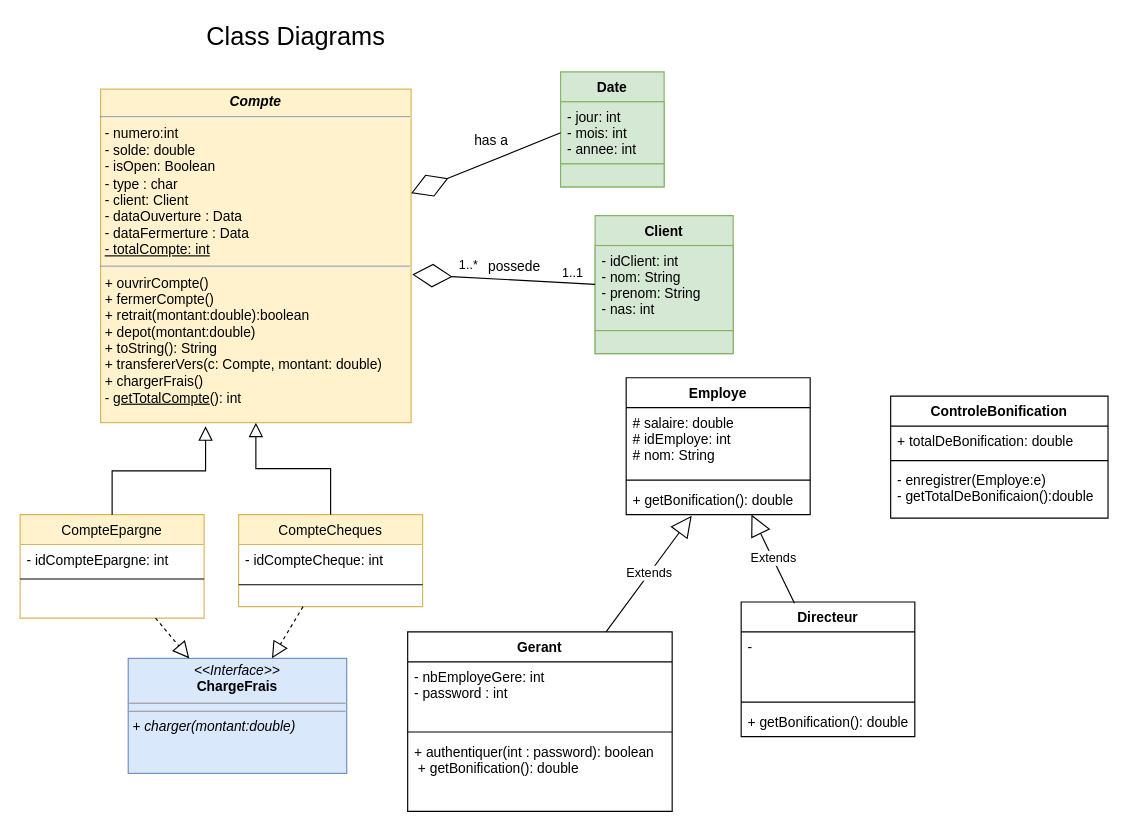
The draw.io diagram DEPOT/UML_Banque_Java.drawio in LuisCODS/Banque_Java, before the edit. Source tidied: cells renumbered, new cells numbered last; positions are measured from the earlier drawing's top-left corner, leaving out a move shared by most shapes. Both pictures are drawn from the tidied source at 115%, with x=0, y=0 at pixel (20, 20).
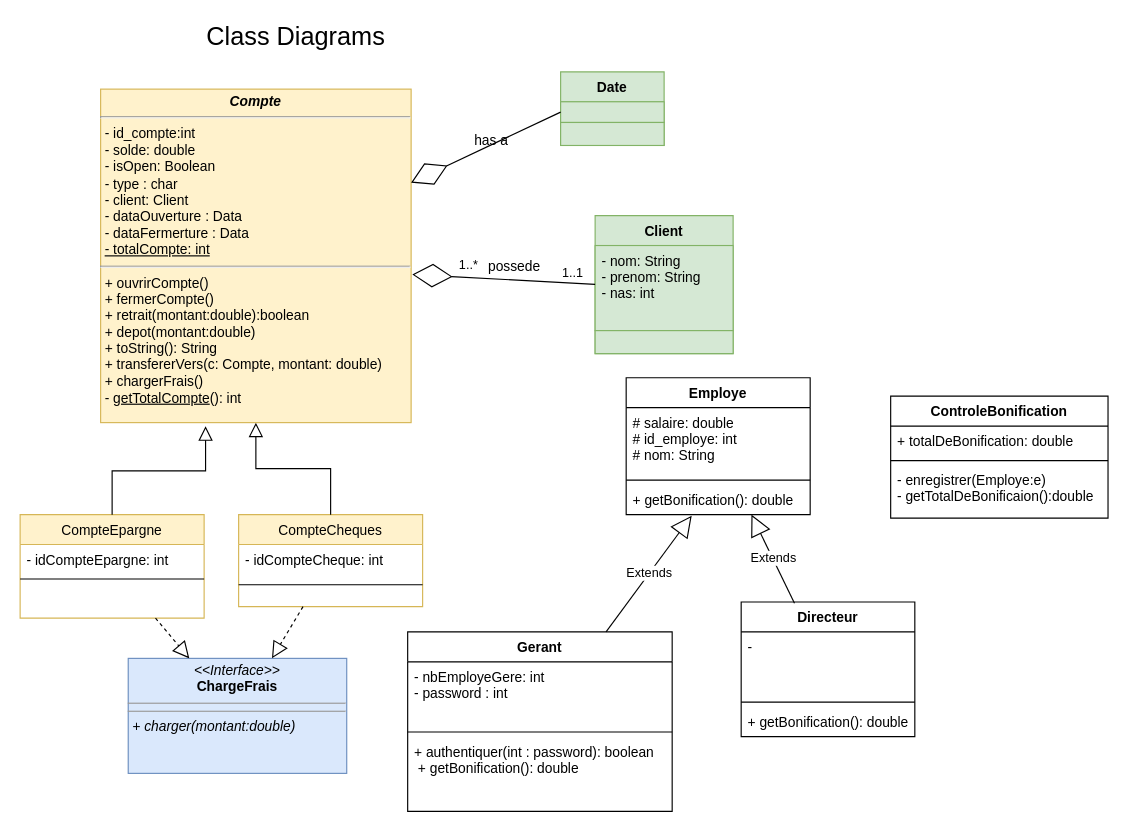
Above is the later version.

The change refers to these unchanged cells:
```xml
<mxCell id="11" value="Client" style="swimlane;fontStyle=1;align=center;verticalAlign=top;horizontal=1;startSize=26;fillColor=#d5e8d4;strokeColor=#82b366;rounded=0;" parent="1" vertex="1">
  <mxGeometry x="500" y="170" width="120" height="120" as="geometry" />
</mxCell>
<mxCell id="29" value="Employe" style="swimlane;fontStyle=1;align=center;verticalAlign=top;horizontal=1;startSize=26;rounded=0;" parent="1" vertex="1">
  <mxGeometry x="527" y="311" width="160" height="119" as="geometry" />
</mxCell>
```

Diff of the diagram source:
```diff
@@
-    <mxCell id="10" value="&lt;p style=&quot;margin: 4px 0px 0px; text-align: center; font-size: 12px;&quot;&gt;&lt;i style=&quot;font-size: 12px;&quot;&gt;&lt;b style=&quot;font-size: 12px;&quot;&gt;Compte&lt;/b&gt;&lt;/i&gt;&lt;/p&gt;&lt;hr style=&quot;font-size: 12px;&quot;&gt;&lt;p style=&quot;margin: 0px 0px 0px 4px; font-size: 12px;&quot;&gt;&lt;span style=&quot;font-size: 12px;&quot;&gt;&lt;span style=&quot;font-size: 12px;&quot;&gt;- numero:int&lt;/span&gt;&lt;/span&gt;&lt;/p&gt;&lt;p style=&quot;margin: 0px 0px 0px 4px; font-size: 12px;&quot;&gt;&lt;span style=&quot;font-size: 12px;&quot;&gt;&lt;span style=&quot;font-size: 12px;&quot;&gt;- solde: double&lt;/span&gt;&lt;/span&gt;&lt;/p&gt;&lt;p style=&quot;margin: 0px 0px 0px 4px; font-size: 12px;&quot;&gt;&lt;span style=&quot;font-size: 12px;&quot;&gt;&lt;span style=&quot;font-size: 12px;&quot;&gt;- isOpen: Boolean&lt;/span&gt;&lt;/span&gt;&lt;/p&gt;&lt;p style=&quot;margin: 0px 0px 0px 4px; font-size: 12px;&quot;&gt;&lt;span style=&quot;font-size: 12px;&quot;&gt;&lt;span style=&quot;font-size: 12px;&quot;&gt;- type : char&lt;/span&gt;&lt;/span&gt;&lt;/p&gt;&lt;p style=&quot;margin: 0px 0px 0px 4px; font-size: 12px;&quot;&gt;- client: Client&lt;/p&gt;&lt;p style=&quot;margin: 0px 0px 0px 4px; font-size: 12px;&quot;&gt;- dataOuverture : Data&lt;/p&gt;&lt;p style=&quot;margin: 0px 0px 0px 4px; font-size: 12px;&quot;&gt;- dataFermerture : Data&lt;/p&gt;&lt;p style=&quot;margin: 0px 0px 0px 4px; font-size: 12px;&quot;&gt;&lt;u&gt;- totalCompte: int&lt;/u&gt;&lt;br&gt;&lt;span style=&quot;font-size: 12px;&quot;&gt;&lt;span style=&quot;font-size: 12px;&quot;&gt;&lt;/span&gt;&lt;/span&gt;&lt;span style=&quot;font-size: 12px;&quot;&gt;&lt;span style=&quot;font-size: 12px;&quot;&gt;&lt;/span&gt;&lt;/span&gt;&lt;/p&gt;&lt;p style=&quot;margin: 0px 0px 0px 4px; font-size: 12px;&quot;&gt;&lt;/p&gt;&lt;hr style=&quot;font-size: 12px;&quot;&gt;&lt;p style=&quot;margin: 0px 0px 0px 4px; font-size: 12px;&quot;&gt;+ ouvrirCompte()&lt;br style=&quot;font-size: 12px;&quot;&gt;&lt;/p&gt;&lt;p style=&quot;margin: 0px 0px 0px 4px; font-size: 12px;&quot;&gt;+ fermerCompte()&lt;br style=&quot;font-size: 12px;&quot;&gt;&lt;/p&gt;&lt;p style=&quot;margin: 0px 0px 0px 4px; font-size: 12px;&quot;&gt;+ retrait(montant:double):boolean&lt;/p&gt;&lt;p style=&quot;margin: 0px 0px 0px 4px; font-size: 12px;&quot;&gt;+ depot(montant:double)&lt;br style=&quot;font-size: 12px;&quot;&gt;&lt;/p&gt;&lt;p style=&quot;margin: 0px 0px 0px 4px; font-size: 12px;&quot;&gt;+ toString(): String&lt;/p&gt;&lt;p style=&quot;margin: 0px 0px 0px 4px; font-size: 12px;&quot;&gt;&lt;/p&gt;&lt;p style=&quot;margin: 0px 0px 0px 4px; font-size: 12px;&quot;&gt;+ transfererVers(c: Compte, montant: double)&lt;br style=&quot;font-size: 12px;&quot;&gt;&lt;/p&gt;&lt;p style=&quot;margin: 0px 0px 0px 4px; font-size: 12px;&quot; align=&quot;left&quot;&gt;+ chargerFrais()&lt;/p&gt;&lt;p style=&quot;margin: 0px 0px 0px 4px; font-size: 12px;&quot; align=&quot;left&quot;&gt;- &lt;u&gt;getTotalCompte&lt;/u&gt;(): int&lt;br style=&quot;font-size: 12px;&quot;&gt;&lt;/p&gt;&lt;p style=&quot;margin: 0px 0px 0px 4px; font-size: 12px;&quot;&gt;&lt;/p&gt;&lt;p style=&quot;margin: 0px 0px 0px 4px; font-size: 12px;&quot;&gt;&lt;/p&gt;&lt;p style=&quot;margin: 0px 0px 0px 4px; font-size: 12px;&quot;&gt;&lt;/p&gt;&lt;p style=&quot;margin: 0px 0px 0px 4px; font-size: 12px;&quot;&gt;&lt;/p&gt;&lt;p style=&quot;margin: 0px 0px 0px 4px; font-size: 12px;&quot;&gt;&lt;/p&gt;" style="verticalAlign=top;align=left;overflow=fill;fontSize=12;fontFamily=Helvetica;html=1;fillColor=#fff2cc;strokeColor=#d6b656;rounded=0;" parent="1" vertex="1">
+    <mxCell id="10" value="&lt;p style=&quot;margin: 4px 0px 0px; text-align: center; font-size: 12px;&quot;&gt;&lt;i style=&quot;font-size: 12px;&quot;&gt;&lt;b style=&quot;font-size: 12px;&quot;&gt;Compte&lt;/b&gt;&lt;/i&gt;&lt;/p&gt;&lt;hr style=&quot;font-size: 12px;&quot;&gt;&lt;p style=&quot;margin: 0px 0px 0px 4px; font-size: 12px;&quot;&gt;&lt;span style=&quot;font-size: 12px;&quot;&gt;&lt;span style=&quot;font-size: 12px;&quot;&gt;- id_compte:int&lt;/span&gt;&lt;/span&gt;&lt;/p&gt;&lt;p style=&quot;margin: 0px 0px 0px 4px; font-size: 12px;&quot;&gt;&lt;span style=&quot;font-size: 12px;&quot;&gt;&lt;span style=&quot;font-size: 12px;&quot;&gt;- solde: double&lt;/span&gt;&lt;/span&gt;&lt;/p&gt;&lt;p style=&quot;margin: 0px 0px 0px 4px; font-size: 12px;&quot;&gt;&lt;span style=&quot;font-size: 12px;&quot;&gt;&lt;span style=&quot;font-size: 12px;&quot;&gt;- isOpen: Boolean&lt;/span&gt;&lt;/span&gt;&lt;/p&gt;&lt;p style=&quot;margin: 0px 0px 0px 4px; font-size: 12px;&quot;&gt;&lt;span style=&quot;font-size: 12px;&quot;&gt;&lt;span style=&quot;font-size: 12px;&quot;&gt;- type : char&lt;/span&gt;&lt;/span&gt;&lt;/p&gt;&lt;p style=&quot;margin: 0px 0px 0px 4px; font-size: 12px;&quot;&gt;- client: Client&lt;/p&gt;&lt;p style=&quot;margin: 0px 0px 0px 4px; font-size: 12px;&quot;&gt;- dataOuverture : Data&lt;/p&gt;&lt;p style=&quot;margin: 0px 0px 0px 4px; font-size: 12px;&quot;&gt;- dataFermerture : Data&lt;/p&gt;&lt;p style=&quot;margin: 0px 0px 0px 4px; font-size: 12px;&quot;&gt;&lt;u&gt;- totalCompte: int&lt;/u&gt;&lt;br&gt;&lt;span style=&quot;font-size: 12px;&quot;&gt;&lt;span style=&quot;font-size: 12px;&quot;&gt;&lt;/span&gt;&lt;/span&gt;&lt;span style=&quot;font-size: 12px;&quot;&gt;&lt;span style=&quot;font-size: 12px;&quot;&gt;&lt;/span&gt;&lt;/span&gt;&lt;/p&gt;&lt;p style=&quot;margin: 0px 0px 0px 4px; font-size: 12px;&quot;&gt;&lt;/p&gt;&lt;hr style=&quot;font-size: 12px;&quot;&gt;&lt;p style=&quot;margin: 0px 0px 0px 4px; font-size: 12px;&quot;&gt;+ ouvrirCompte()&lt;br style=&quot;font-size: 12px;&quot;&gt;&lt;/p&gt;&lt;p style=&quot;margin: 0px 0px 0px 4px; font-size: 12px;&quot;&gt;+ fermerCompte()&lt;br style=&quot;font-size: 12px;&quot;&gt;&lt;/p&gt;&lt;p style=&quot;margin: 0px 0px 0px 4px; font-size: 12px;&quot;&gt;+ retrait(montant:double):boolean&lt;/p&gt;&lt;p style=&quot;margin: 0px 0px 0px 4px; font-size: 12px;&quot;&gt;+ depot(montant:double)&lt;br style=&quot;font-size: 12px;&quot;&gt;&lt;/p&gt;&lt;p style=&quot;margin: 0px 0px 0px 4px; font-size: 12px;&quot;&gt;+ toString(): String&lt;/p&gt;&lt;p style=&quot;margin: 0px 0px 0px 4px; font-size: 12px;&quot;&gt;&lt;/p&gt;&lt;p style=&quot;margin: 0px 0px 0px 4px; font-size: 12px;&quot;&gt;+ transfererVers(c: Compte, montant: double)&lt;br style=&quot;font-size: 12px;&quot;&gt;&lt;/p&gt;&lt;p style=&quot;margin: 0px 0px 0px 4px; font-size: 12px;&quot; align=&quot;left&quot;&gt;+ chargerFrais()&lt;/p&gt;&lt;p style=&quot;margin: 0px 0px 0px 4px; font-size: 12px;&quot; align=&quot;left&quot;&gt;- &lt;u&gt;getTotalCompte&lt;/u&gt;(): int&lt;br style=&quot;font-size: 12px;&quot;&gt;&lt;/p&gt;&lt;p style=&quot;margin: 0px 0px 0px 4px; font-size: 12px;&quot;&gt;&lt;/p&gt;&lt;p style=&quot;margin: 0px 0px 0px 4px; font-size: 12px;&quot;&gt;&lt;/p&gt;&lt;p style=&quot;margin: 0px 0px 0px 4px; font-size: 12px;&quot;&gt;&lt;/p&gt;&lt;p style=&quot;margin: 0px 0px 0px 4px; font-size: 12px;&quot;&gt;&lt;/p&gt;&lt;p style=&quot;margin: 0px 0px 0px 4px; font-size: 12px;&quot;&gt;&lt;/p&gt;" style="verticalAlign=top;align=left;overflow=fill;fontSize=12;fontFamily=Helvetica;html=1;fillColor=#fff2cc;strokeColor=#d6b656;rounded=0;" parent="1" vertex="1">
       <mxGeometry x="70" y="60" width="270" height="290" as="geometry" />
     </mxCell>
@@
-    <mxCell id="12" value="- idClient: int&#10;- nom: String&#10;- prenom: String&#10;- nas: int" style="text;strokeColor=#82b366;fillColor=#d5e8d4;align=left;verticalAlign=top;spacingLeft=4;spacingRight=4;overflow=hidden;points=[[0,0.5],[1,0.5]];portConstraint=eastwest;rounded=0;" parent="11" vertex="1">
+    <mxCell id="12" value="- nom: String&#10;- prenom: String&#10;- nas: int" style="text;strokeColor=#82b366;fillColor=#d5e8d4;align=left;verticalAlign=top;spacingLeft=4;spacingRight=4;overflow=hidden;points=[[0,0.5],[1,0.5]];portConstraint=eastwest;rounded=0;" parent="11" vertex="1">
       <mxGeometry y="26" width="120" height="74" as="geometry" />
     </mxCell>
@@
     <mxCell id="23" value="Date" style="swimlane;fontStyle=1;align=center;verticalAlign=top;horizontal=1;startSize=26;fillColor=#d5e8d4;strokeColor=#82b366;rounded=0;" parent="1" vertex="1">
-      <mxGeometry x="470" y="45" width="90" height="100" as="geometry" />
+      <mxGeometry x="470" y="45" width="90" height="64" as="geometry" />
     </mxCell>
-    <mxCell id="24" value="- jour: int&#10;- mois: int&#10;- annee: int&#10;" style="text;strokeColor=#82b366;fillColor=#d5e8d4;align=left;verticalAlign=top;spacingLeft=4;spacingRight=4;overflow=hidden;points=[[0,0.5],[1,0.5]];portConstraint=eastwest;rounded=0;" parent="23" vertex="1">
-      <mxGeometry y="26" width="90" height="54" as="geometry" />
+    <mxCell id="24" style="text;strokeColor=#82b366;fillColor=#d5e8d4;align=left;verticalAlign=top;spacingLeft=4;spacingRight=4;overflow=hidden;points=[[0,0.5],[1,0.5]];portConstraint=eastwest;rounded=0;" parent="23" vertex="1">
+      <mxGeometry y="26" width="90" height="18" as="geometry" />
     </mxCell>
     <mxCell id="25" style="line;strokeWidth=1;fillColor=none;align=left;verticalAlign=middle;spacingTop=-1;spacingLeft=3;spacingRight=3;labelPosition=right;strokeColor=inherit;rounded=0;" parent="23" vertex="1">
-      <mxGeometry y="80" width="90" as="geometry" />
+      <mxGeometry y="44" width="90" as="geometry" />
     </mxCell>
     <mxCell id="26" style="text;strokeColor=#82b366;fillColor=#d5e8d4;align=left;verticalAlign=top;spacingLeft=4;spacingRight=4;overflow=hidden;rounded=0;" parent="23" vertex="1">
-      <mxGeometry y="80" width="90" height="20" as="geometry" />
+      <mxGeometry y="44" width="90" height="20" as="geometry" />
     </mxCell>
@@
-    <mxCell id="30" value="# salaire: double&#10;# idEmploye: int&#10;# nom: String&#10;&#10;" style="text;strokeColor=none;fillColor=none;align=left;verticalAlign=top;spacingLeft=4;spacingRight=4;overflow=hidden;rounded=0;" parent="29" vertex="1">
+    <mxCell id="30" value="# salaire: double&#10;# id_employe: int&#10;# nom: String&#10;&#10;" style="text;strokeColor=none;fillColor=none;align=left;verticalAlign=top;spacingLeft=4;spacingRight=4;overflow=hidden;rounded=0;" parent="29" vertex="1">
       <mxGeometry y="26" width="160" height="59" as="geometry" />
     </mxCell>
```
